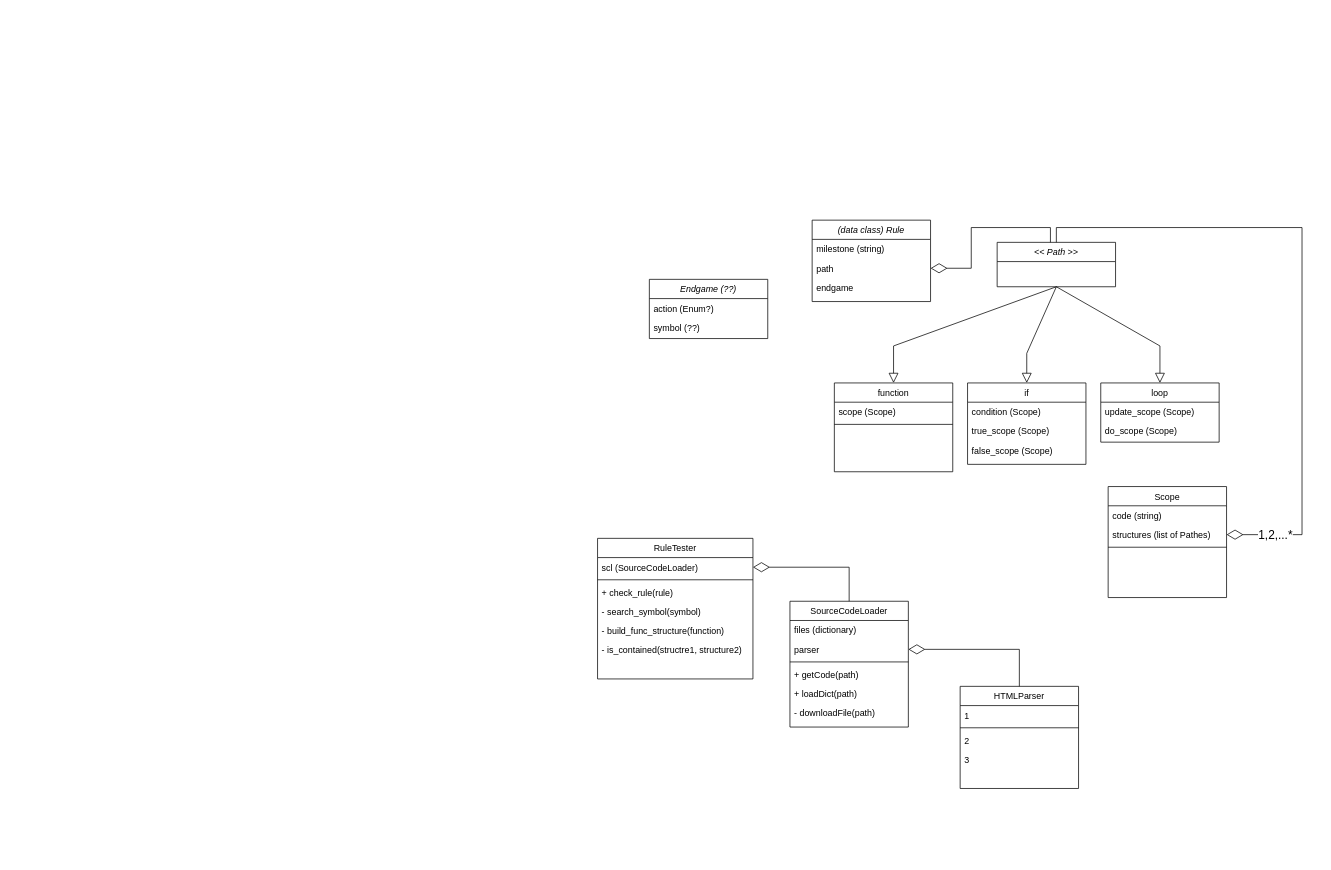
Before: Untitled Diagram.drawio in zivnaim/simon, a draw.io diagram. Source tidied: cells renumbered, new cells numbered last; positions are measured from the earlier drawing's top-left corner, leaving out a move shared by most shapes. Both pictures are drawn from the tidied source at 74%, with x=0, y=0 at pixel (597, 220).
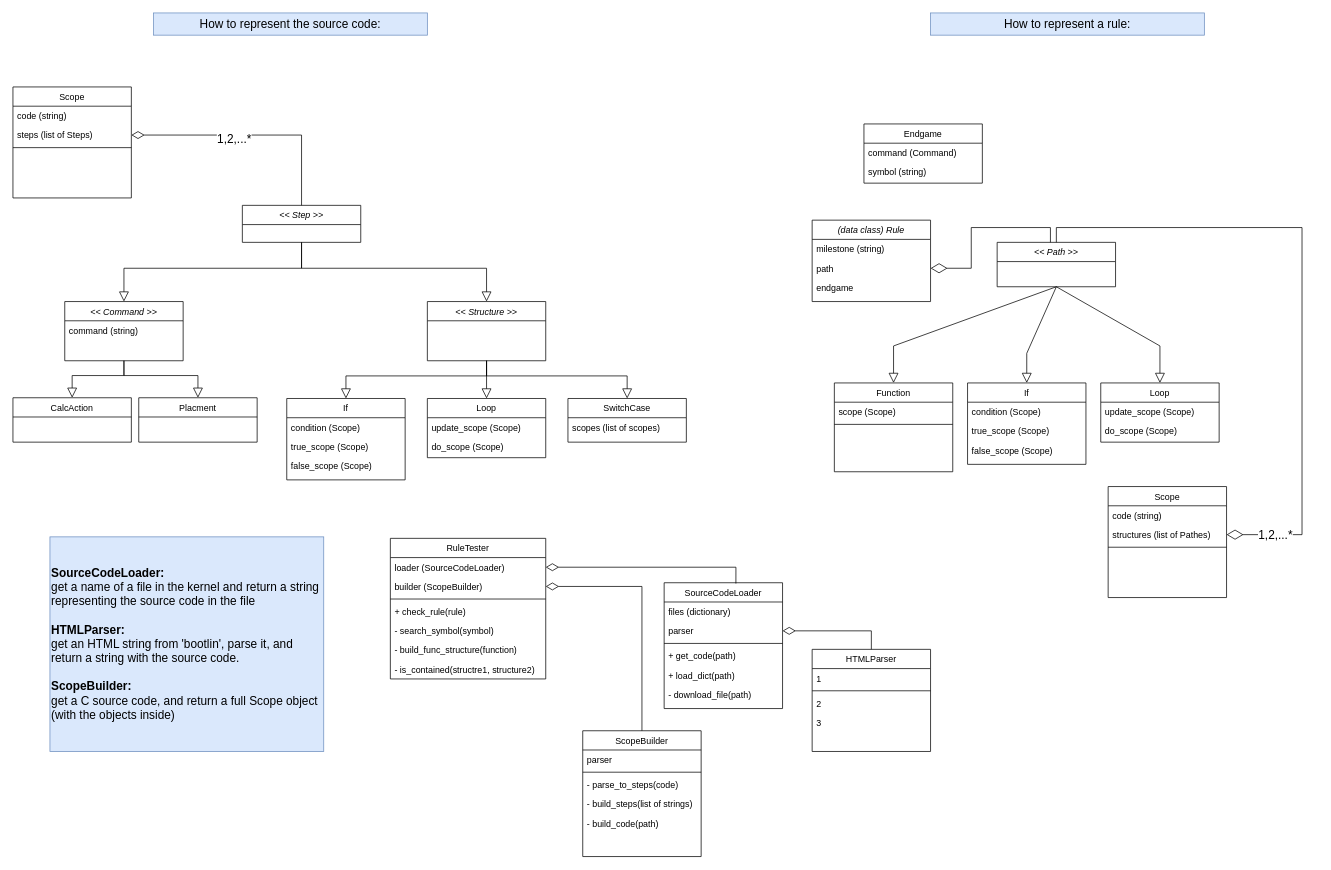
The same diagram, later.

The change refers to these unchanged cells:
```xml
<mxCell id="12" value="parser" style="text;align=left;verticalAlign=top;spacingLeft=4;spacingRight=4;overflow=hidden;points=[[0,0.5],[1,0.5]];portConstraint=eastwest;rounded=0;shadow=0;html=0;" parent="10" vertex="1">
  <mxGeometry y="52" width="160" height="26" as="geometry" />
</mxCell>
```

Diff of the diagram source:
```diff
@@
     <mxCell id="10" value="SourceCodeLoader" style="swimlane;fontStyle=0;align=center;verticalAlign=top;horizontal=1;startSize=26;rounded=0;shadow=0;strokeWidth=1;" parent="1" vertex="1">
-      <mxGeometry x="260" y="515" width="160" height="170" as="geometry" />
+      <mxGeometry x="90" y="490" width="160" height="170" as="geometry" />
     </mxCell>
@@
-    <mxCell id="14" value="+ getCode(path)" style="text;align=left;verticalAlign=top;spacingLeft=4;spacingRight=4;overflow=hidden;" parent="10" vertex="1">
+    <mxCell id="14" value="+ get_code(path)" style="text;align=left;verticalAlign=top;spacingLeft=4;spacingRight=4;overflow=hidden;" parent="10" vertex="1">
       <mxGeometry y="86" width="160" height="26" as="geometry" />
     </mxCell>
-    <mxCell id="15" value="+ loadDict(path)" style="text;align=left;verticalAlign=top;spacingLeft=4;spacingRight=4;overflow=hidden;" parent="10" vertex="1">
+    <mxCell id="15" value="+ load_dict(path)" style="text;align=left;verticalAlign=top;spacingLeft=4;spacingRight=4;overflow=hidden;" parent="10" vertex="1">
       <mxGeometry y="112" width="160" height="26" as="geometry" />
     </mxCell>
-    <mxCell id="16" value="- downloadFile(path)" style="text;align=left;verticalAlign=top;spacingLeft=4;spacingRight=4;overflow=hidden;" parent="10" vertex="1">
+    <mxCell id="16" value="- download_file(path)" style="text;align=left;verticalAlign=top;spacingLeft=4;spacingRight=4;overflow=hidden;" parent="10" vertex="1">
       <mxGeometry y="138" width="160" height="26" as="geometry" />
     </mxCell>
     <mxCell id="17" value="HTMLParser" style="swimlane;fontStyle=0;align=center;verticalAlign=top;horizontal=1;startSize=26;rounded=0;shadow=0;strokeWidth=1;" parent="1" vertex="1">
-      <mxGeometry x="490" y="630" width="160" height="138" as="geometry" />
+      <mxGeometry x="290" y="580" width="160" height="138" as="geometry" />
     </mxCell>
@@
-    <mxCell id="27" value="function" style="swimlane;fontStyle=0;align=center;verticalAlign=top;horizontal=1;startSize=26;rounded=0;shadow=0;strokeWidth=1;" parent="1" vertex="1">
+    <mxCell id="27" value="Function" style="swimlane;fontStyle=0;align=center;verticalAlign=top;horizontal=1;startSize=26;rounded=0;shadow=0;strokeWidth=1;" parent="1" vertex="1">
       <mxGeometry x="320" y="220" width="160" height="120" as="geometry" />
     </mxCell>
@@
-    <mxCell id="30" value="if" style="swimlane;fontStyle=0;align=center;verticalAlign=top;horizontal=1;startSize=26;rounded=0;shadow=0;strokeWidth=1;" parent="1" vertex="1">
+    <mxCell id="30" value="If" style="swimlane;fontStyle=0;align=center;verticalAlign=top;horizontal=1;startSize=26;rounded=0;shadow=0;strokeWidth=1;" parent="1" vertex="1">
       <mxGeometry x="500" y="220" width="160" height="110" as="geometry" />
     </mxCell>
@@
-    <mxCell id="34" value="loop" style="swimlane;fontStyle=0;align=center;verticalAlign=top;horizontal=1;startSize=26;rounded=0;shadow=0;strokeWidth=1;" parent="1" vertex="1">
+    <mxCell id="34" value="Loop" style="swimlane;fontStyle=0;align=center;verticalAlign=top;horizontal=1;startSize=26;rounded=0;shadow=0;strokeWidth=1;" parent="1" vertex="1">
       <mxGeometry x="680" y="220" width="160" height="80" as="geometry" />
     </mxCell>
@@
-    <mxCell id="39" value="Endgame (??)" style="swimlane;fontStyle=2;align=center;verticalAlign=top;horizontal=1;startSize=26;rounded=0;shadow=0;strokeWidth=1;" parent="1" vertex="1">
-      <mxGeometry x="70" y="80" width="160" height="80" as="geometry" />
+    <mxCell id="39" value="Endgame" style="swimlane;fontStyle=0;align=center;verticalAlign=top;horizontal=1;startSize=26;rounded=0;shadow=0;strokeWidth=1;" parent="1" vertex="1">
+      <mxGeometry x="360" y="-130" width="160" height="80" as="geometry" />
     </mxCell>
-    <mxCell id="40" value="action (Enum?)" style="text;align=left;verticalAlign=top;spacingLeft=4;spacingRight=4;overflow=hidden;" parent="39" vertex="1">
+    <mxCell id="40" value="command (Command)" style="text;align=left;verticalAlign=top;spacingLeft=4;spacingRight=4;overflow=hidden;" parent="39" vertex="1">
       <mxGeometry y="26" width="160" height="26" as="geometry" />
     </mxCell>
-    <mxCell id="41" value="symbol (??)" style="text;align=left;verticalAlign=top;spacingLeft=4;spacingRight=4;overflow=hidden;rounded=0;shadow=0;html=0;" parent="39" vertex="1">
+    <mxCell id="41" value="symbol (string)" style="text;align=left;verticalAlign=top;spacingLeft=4;spacingRight=4;overflow=hidden;rounded=0;shadow=0;html=0;" parent="39" vertex="1">
       <mxGeometry y="52" width="160" height="26" as="geometry" />
     </mxCell>
     <mxCell id="42" value="RuleTester" style="swimlane;fontStyle=0;align=center;verticalAlign=top;horizontal=1;startSize=26;rounded=0;shadow=0;strokeWidth=1;" parent="1" vertex="1">
-      <mxGeometry y="430" width="210" height="190" as="geometry" />
+      <mxGeometry x="-280" y="430" width="210" height="190" as="geometry" />
     </mxCell>
+    <mxCell id="51" value="loader (SourceCodeLoader)" style="text;align=left;verticalAlign=top;spacingLeft=4;spacingRight=4;overflow=hidden;points=[[0,0.5],[1,0.5]];portConstraint=eastwest;" parent="42" vertex="1">
+      <mxGeometry y="26" width="210" height="26" as="geometry" />
+    </mxCell>
-    <mxCell id="43" value="scl (SourceCodeLoader)" style="text;align=left;verticalAlign=top;spacingLeft=4;spacingRight=4;overflow=hidden;points=[[0,0.5],[1,0.5]];portConstraint=eastwest;" parent="42" vertex="1">
-      <mxGeometry y="26" width="210" height="26" as="geometry" />
+    <mxCell id="43" value="builder (ScopeBuilder)" style="text;align=left;verticalAlign=top;spacingLeft=4;spacingRight=4;overflow=hidden;points=[[0,0.5],[1,0.5]];portConstraint=eastwest;" parent="42" vertex="1">
+      <mxGeometry y="52" width="210" height="26" as="geometry" />
     </mxCell>
     <mxCell id="44" style="line;html=1;strokeWidth=1;align=left;verticalAlign=middle;spacingTop=-1;spacingLeft=3;spacingRight=3;labelPosition=right;" parent="42" vertex="1">
-      <mxGeometry y="52" width="210" height="8" as="geometry" />
+      <mxGeometry y="78" width="210" height="8" as="geometry" />
     </mxCell>
     <mxCell id="45" value="+ check_rule(rule)" style="text;align=left;verticalAlign=top;spacingLeft=4;spacingRight=4;overflow=hidden;" parent="42" vertex="1">
-      <mxGeometry y="60" width="210" height="26" as="geometry" />
+      <mxGeometry y="86" width="210" height="26" as="geometry" />
     </mxCell>
     <mxCell id="46" value="- search_symbol(symbol)" style="text;align=left;verticalAlign=top;spacingLeft=4;spacingRight=4;overflow=hidden;" parent="42" vertex="1">
-      <mxGeometry y="86" width="210" height="26" as="geometry" />
+      <mxGeometry y="112" width="210" height="26" as="geometry" />
     </mxCell>
     <mxCell id="47" value="- build_func_structure(function)" style="text;align=left;verticalAlign=top;spacingLeft=4;spacingRight=4;overflow=hidden;" parent="42" vertex="1">
-      <mxGeometry y="112" width="210" height="26" as="geometry" />
+      <mxGeometry y="138" width="210" height="26" as="geometry" />
     </mxCell>
     <mxCell id="48" value="- is_contained(structre1, structure2)" style="text;align=left;verticalAlign=top;spacingLeft=4;spacingRight=4;overflow=hidden;" parent="42" vertex="1">
-      <mxGeometry y="138" width="210" height="26" as="geometry" />
+      <mxGeometry y="164" width="210" height="26" as="geometry" />
     </mxCell>
-    <mxCell id="49" style="edgeStyle=orthogonalEdgeStyle;rounded=0;jettySize=auto;html=1;exitX=1;exitY=0.5;exitDx=0;exitDy=0;entryX=0.5;entryY=0;entryDx=0;entryDy=0;fontSize=16;startArrow=diamondThin;startFill=0;endArrow=none;endFill=0;startSize=20;endSize=11;" parent="1" edge="1" source="43" target="10">
-      <mxGeometry relative="1" as="geometry" />
-    </mxCell>
+    <mxCell id="52" style="edgeStyle=orthogonalEdgeStyle;rounded=0;jettySize=auto;html=1;exitX=0.5;exitY=1;exitDx=0;exitDy=0;endArrow=block;endFill=0;startSize=6;endSize=11;" parent="1" edge="1" source="54" target="56">
+      <mxGeometry relative="1" as="geometry" />
+    </mxCell>
+    <mxCell id="53" style="edgeStyle=orthogonalEdgeStyle;rounded=0;jettySize=auto;html=1;exitX=0.5;exitY=1;exitDx=0;exitDy=0;endArrow=block;endFill=0;startSize=6;endSize=11;" parent="1" edge="1" source="54" target="57">
+      <mxGeometry relative="1" as="geometry" />
+    </mxCell>
+    <mxCell id="54" value="&lt;&lt; Command &gt;&gt;" style="swimlane;fontStyle=2;align=center;verticalAlign=top;horizontal=1;startSize=26;rounded=0;shadow=0;strokeWidth=1;" parent="1" vertex="1">
+      <mxGeometry x="-720" y="110" width="160" height="80" as="geometry" />
+    </mxCell>
+    <mxCell id="55" value="command (string)" style="text;align=left;verticalAlign=top;spacingLeft=4;spacingRight=4;overflow=hidden;" parent="54" vertex="1">
+      <mxGeometry y="26" width="160" height="26" as="geometry" />
+    </mxCell>
+    <mxCell id="56" value="CalcAction" style="swimlane;fontStyle=0;align=center;verticalAlign=top;horizontal=1;startSize=26;rounded=0;shadow=0;strokeWidth=1;" parent="1" vertex="1">
+      <mxGeometry x="-790" y="240" width="160" height="60" as="geometry" />
+    </mxCell>
+    <mxCell id="57" value="Placment" style="swimlane;fontStyle=0;align=center;verticalAlign=top;horizontal=1;startSize=26;rounded=0;shadow=0;strokeWidth=1;" parent="1" vertex="1">
+      <mxGeometry x="-620" y="240" width="160" height="60" as="geometry" />
+    </mxCell>
+    <mxCell id="58" style="edgeStyle=orthogonalEdgeStyle;rounded=0;jettySize=auto;html=1;exitX=0.5;exitY=1;exitDx=0;exitDy=0;entryX=0.5;entryY=0;entryDx=0;entryDy=0;endArrow=block;endFill=0;startSize=6;endSize=11;" parent="1" edge="1" source="61" target="62">
+      <mxGeometry relative="1" as="geometry" />
+    </mxCell>
+    <mxCell id="59" style="edgeStyle=orthogonalEdgeStyle;rounded=0;jettySize=auto;html=1;exitX=0.5;exitY=1;exitDx=0;exitDy=0;entryX=0.5;entryY=0;entryDx=0;entryDy=0;endArrow=block;endFill=0;startSize=6;endSize=11;" parent="1" edge="1" source="61" target="66">
+      <mxGeometry relative="1" as="geometry" />
+    </mxCell>
+    <mxCell id="60" style="edgeStyle=orthogonalEdgeStyle;rounded=0;jettySize=auto;html=1;exitX=0.5;exitY=1;exitDx=0;exitDy=0;endArrow=block;endFill=0;startSize=6;endSize=11;" parent="1" edge="1" source="61" target="69">
+      <mxGeometry relative="1" as="geometry" />
+    </mxCell>
+    <mxCell id="61" value="&lt;&lt; Structure &gt;&gt;" style="swimlane;fontStyle=2;align=center;verticalAlign=top;horizontal=1;startSize=26;rounded=0;shadow=0;strokeWidth=1;" parent="1" vertex="1">
+      <mxGeometry x="-230" y="110" width="160" height="80" as="geometry" />
+    </mxCell>
+    <mxCell id="62" value="If" style="swimlane;fontStyle=0;align=center;verticalAlign=top;horizontal=1;startSize=26;rounded=0;shadow=0;strokeWidth=1;" parent="1" vertex="1">
+      <mxGeometry x="-420" y="241" width="160" height="110" as="geometry" />
+    </mxCell>
+    <mxCell id="63" value="condition (Scope)" style="text;align=left;verticalAlign=top;spacingLeft=4;spacingRight=4;overflow=hidden;" parent="62" vertex="1">
+      <mxGeometry y="26" width="160" height="26" as="geometry" />
+    </mxCell>
+    <mxCell id="64" value="true_scope (Scope)" style="text;align=left;verticalAlign=top;spacingLeft=4;spacingRight=4;overflow=hidden;rounded=0;shadow=0;html=0;" parent="62" vertex="1">
+      <mxGeometry y="52" width="160" height="26" as="geometry" />
+    </mxCell>
+    <mxCell id="65" value="false_scope (Scope)" style="text;align=left;verticalAlign=top;spacingLeft=4;spacingRight=4;overflow=hidden;rounded=0;shadow=0;html=0;" parent="62" vertex="1">
+      <mxGeometry y="78" width="160" height="26" as="geometry" />
+    </mxCell>
+    <mxCell id="66" value="Loop" style="swimlane;fontStyle=0;align=center;verticalAlign=top;horizontal=1;startSize=26;rounded=0;shadow=0;strokeWidth=1;" parent="1" vertex="1">
+      <mxGeometry x="-230" y="241" width="160" height="80" as="geometry" />
+    </mxCell>
+    <mxCell id="67" value="update_scope (Scope)" style="text;align=left;verticalAlign=top;spacingLeft=4;spacingRight=4;overflow=hidden;" parent="66" vertex="1">
+      <mxGeometry y="26" width="160" height="26" as="geometry" />
+    </mxCell>
+    <mxCell id="68" value="do_scope (Scope)" style="text;align=left;verticalAlign=top;spacingLeft=4;spacingRight=4;overflow=hidden;rounded=0;shadow=0;html=0;" parent="66" vertex="1">
+      <mxGeometry y="52" width="160" height="26" as="geometry" />
+    </mxCell>
+    <mxCell id="69" value="SwitchCase" style="swimlane;fontStyle=0;align=center;verticalAlign=top;horizontal=1;startSize=26;rounded=0;shadow=0;strokeWidth=1;" parent="1" vertex="1">
+      <mxGeometry x="-40" y="241" width="160" height="59" as="geometry" />
+    </mxCell>
+    <mxCell id="70" value="scopes (list of scopes)" style="text;align=left;verticalAlign=top;spacingLeft=4;spacingRight=4;overflow=hidden;" parent="69" vertex="1">
+      <mxGeometry y="26" width="160" height="26" as="geometry" />
+    </mxCell>
+    <mxCell id="71" style="edgeStyle=orthogonalEdgeStyle;rounded=0;jettySize=auto;html=1;exitX=0.5;exitY=1;exitDx=0;exitDy=0;endArrow=block;endFill=0;startSize=6;endSize=11;" parent="1" edge="1" source="73" target="54">
+      <mxGeometry relative="1" as="geometry" />
+    </mxCell>
+    <mxCell id="72" style="edgeStyle=orthogonalEdgeStyle;rounded=0;jettySize=auto;html=1;exitX=0.5;exitY=1;exitDx=0;exitDy=0;endArrow=block;endFill=0;startSize=6;endSize=11;" parent="1" edge="1" source="73" target="61">
+      <mxGeometry relative="1" as="geometry" />
+    </mxCell>
+    <mxCell id="73" value="&lt;&lt; Step &gt;&gt;" style="swimlane;fontStyle=2;align=center;verticalAlign=top;horizontal=1;startSize=26;rounded=0;shadow=0;strokeWidth=1;" parent="1" vertex="1">
+      <mxGeometry x="-480" y="-20" width="160" height="50" as="geometry" />
+    </mxCell>
+    <mxCell id="74" value="Scope" style="swimlane;fontStyle=0;align=center;verticalAlign=top;horizontal=1;startSize=26;rounded=0;shadow=0;strokeWidth=1;" parent="1" vertex="1">
+      <mxGeometry x="-790" y="-180" width="160" height="150" as="geometry" />
+    </mxCell>
+    <mxCell id="75" value="code (string)" style="text;align=left;verticalAlign=top;spacingLeft=4;spacingRight=4;overflow=hidden;" parent="74" vertex="1">
+      <mxGeometry y="26" width="160" height="26" as="geometry" />
+    </mxCell>
+    <mxCell id="76" value="steps (list of Steps)" style="text;align=left;verticalAlign=top;spacingLeft=4;spacingRight=4;overflow=hidden;points=[[0,0.5],[1,0.5]];portConstraint=eastwest;rounded=0;shadow=0;html=0;" parent="74" vertex="1">
+      <mxGeometry y="52" width="160" height="26" as="geometry" />
+    </mxCell>
+    <mxCell id="77" style="line;html=1;strokeWidth=1;align=left;verticalAlign=middle;spacingTop=-1;spacingLeft=3;spacingRight=3;labelPosition=right;" parent="74" vertex="1">
+      <mxGeometry y="78" width="160" height="8" as="geometry" />
+    </mxCell>
+    <mxCell id="78" style="edgeStyle=orthogonalEdgeStyle;rounded=0;jettySize=auto;html=1;exitX=1;exitY=0.5;exitDx=0;exitDy=0;entryX=0.5;entryY=0;entryDx=0;entryDy=0;endArrow=none;endFill=0;startSize=15;endSize=11;startArrow=diamondThin;startFill=0;sourcePerimeterSpacing=6;" parent="1" edge="1" source="76" target="73">
+      <mxGeometry relative="1" as="geometry" />
+    </mxCell>
+    <mxCell id="79" value="1,2,...*" style="edgeLabel;html=1;align=center;verticalAlign=middle;fontSize=16;" parent="78" vertex="1">
+      <mxGeometry x="-0.15" y="-4" relative="1" as="geometry" />
+    </mxCell>
+    <mxCell id="80" value="How to represent the source code:" style="text;html=1;strokeColor=#6c8ebf;fillColor=#dae8fc;align=center;verticalAlign=middle;whiteSpace=wrap;rounded=0;fontSize=16;" parent="1" vertex="1">
+      <mxGeometry x="-600" y="-280" width="370" height="30" as="geometry" />
+    </mxCell>
+    <mxCell id="81" value="How to represent a rule:" style="text;html=1;strokeColor=#6c8ebf;fillColor=#dae8fc;align=center;verticalAlign=middle;whiteSpace=wrap;rounded=0;fontSize=16;" parent="1" vertex="1">
+      <mxGeometry x="450" y="-280" width="370" height="30" as="geometry" />
+    </mxCell>
+    <mxCell id="82" value="ScopeBuilder" style="swimlane;fontStyle=0;align=center;verticalAlign=top;horizontal=1;startSize=26;rounded=0;shadow=0;strokeWidth=1;" parent="1" vertex="1">
+      <mxGeometry x="-20" y="690" width="160" height="170" as="geometry" />
+    </mxCell>
+    <mxCell id="83" value="parser" style="text;align=left;verticalAlign=top;spacingLeft=4;spacingRight=4;overflow=hidden;rounded=0;shadow=0;html=0;" parent="82" vertex="1">
+      <mxGeometry y="26" width="160" height="26" as="geometry" />
+    </mxCell>
+    <mxCell id="84" style="line;html=1;strokeWidth=1;align=left;verticalAlign=middle;spacingTop=-1;spacingLeft=3;spacingRight=3;labelPosition=right;" parent="82" vertex="1">
+      <mxGeometry y="52" width="160" height="8" as="geometry" />
+    </mxCell>
+    <mxCell id="85" value="- parse_to_steps(code)" style="text;align=left;verticalAlign=top;spacingLeft=4;spacingRight=4;overflow=hidden;" parent="82" vertex="1">
+      <mxGeometry y="60" width="160" height="26" as="geometry" />
+    </mxCell>
+    <mxCell id="86" value="- build_steps(list of strings)" style="text;align=left;verticalAlign=top;spacingLeft=4;spacingRight=4;overflow=hidden;" parent="82" vertex="1">
+      <mxGeometry y="86" width="160" height="26" as="geometry" />
+    </mxCell>
+    <mxCell id="87" value="- build_code(path)" style="text;align=left;verticalAlign=top;spacingLeft=4;spacingRight=4;overflow=hidden;" parent="82" vertex="1">
+      <mxGeometry y="112" width="160" height="26" as="geometry" />
+    </mxCell>
+    <mxCell id="88" style="edgeStyle=orthogonalEdgeStyle;rounded=0;jettySize=auto;html=1;exitX=1;exitY=0.5;exitDx=0;exitDy=0;entryX=0.606;entryY=0.006;entryDx=0;entryDy=0;entryPerimeter=0;fontSize=16;startArrow=diamondThin;startFill=0;endArrow=none;endFill=0;startSize=15;endSize=11;sourcePerimeterSpacing=6;strokeWidth=1;" parent="1" edge="1" source="51" target="10">
+      <mxGeometry relative="1" as="geometry" />
+    </mxCell>
-    <mxCell id="50" style="edgeStyle=orthogonalEdgeStyle;rounded=0;jettySize=auto;html=1;exitX=1;exitY=0.5;exitDx=0;exitDy=0;entryX=0.5;entryY=0;entryDx=0;entryDy=0;fontSize=16;startArrow=diamondThin;startFill=0;endArrow=none;endFill=0;startSize=20;endSize=11;" parent="1" edge="1" source="12" target="17">
+    <mxCell id="50" style="edgeStyle=orthogonalEdgeStyle;rounded=0;jettySize=auto;html=1;exitX=1;exitY=0.5;exitDx=0;exitDy=0;entryX=0.5;entryY=0;entryDx=0;entryDy=0;fontSize=16;startArrow=diamondThin;startFill=0;endArrow=none;endFill=0;startSize=15;endSize=11;sourcePerimeterSpacing=6;strokeWidth=1;" parent="1" edge="1" source="12" target="17">
       <mxGeometry relative="1" as="geometry" />
     </mxCell>
+    <mxCell id="89" style="edgeStyle=orthogonalEdgeStyle;rounded=0;jettySize=auto;html=1;exitX=1;exitY=0.5;exitDx=0;exitDy=0;fontSize=16;startArrow=diamondThin;startFill=0;endArrow=none;endFill=0;startSize=15;endSize=11;sourcePerimeterSpacing=6;strokeWidth=1;" parent="1" edge="1" source="43" target="82">
+      <mxGeometry relative="1" as="geometry" />
+    </mxCell>
+    <mxCell id="90" value="&lt;div&gt;&lt;b&gt;SourceCodeLoader:&lt;/b&gt;&lt;/div&gt;&lt;div&gt;get a name of a file in the kernel and return a string representing the source code in the file&lt;/div&gt;&lt;div&gt;&lt;br&gt;&lt;/div&gt;&lt;div&gt;&lt;b&gt;HTMLParser:&lt;/b&gt;&lt;/div&gt;&lt;div&gt;get an HTML string from 'bootlin', parse it, and return a string with the source code.&amp;nbsp;&amp;nbsp;&lt;/div&gt;&lt;div&gt;&lt;br&gt;&lt;/div&gt;&lt;div&gt;&lt;b&gt;ScopeBuilder:&lt;/b&gt;&lt;/div&gt;&lt;div&gt;get a C source code, and return a full Scope object (with the objects inside)&lt;/div&gt;" style="text;html=1;strokeColor=#6c8ebf;fillColor=#dae8fc;align=left;verticalAlign=middle;whiteSpace=wrap;rounded=0;fontSize=16;" parent="1" vertex="1">
+      <mxGeometry x="-740" y="428" width="370" height="290" as="geometry" />
+    </mxCell>
```
